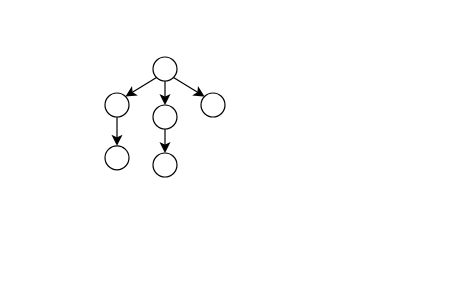
Earlier version of the draw.io diagram 对抗样本鲁棒性.drawio (sunray42/diagrams). Source tidied: cells renumbered, new cells numbered last; positions are measured from the earlier drawing's top-left corner, leaving out a move shared by most shapes. Both pictures are drawn from the tidied source at 120%, with x=0, y=0 at pixel (104, 56). Pictures stored in the file or linked from it are replaced by grey dashed boxes.
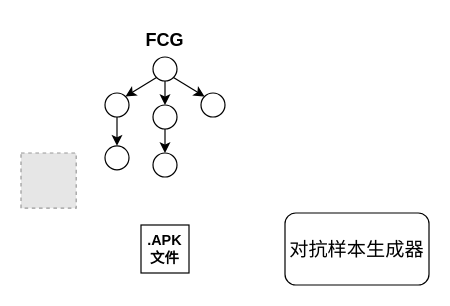
After the change.

Commit message (it also covers changes not shown here):
更新对抗样本鲁棒性.drawio

Change to the diagram source:
```diff
@@
 <mxGraphModel>
   <root>
     <mxCell id="0" />
     <mxCell id="1" parent="0" />
     <mxCell id="2" style="rounded=0;jettySize=auto;html=1;exitX=0;exitY=1;exitDx=0;exitDy=0;entryX=1;entryY=0;entryDx=0;entryDy=0;" parent="1" edge="1" source="5" target="7">
       <mxGeometry relative="1" as="geometry" />
     </mxCell>
     <mxCell id="3" style="edgeStyle=orthogonalEdgeStyle;rounded=0;jettySize=auto;html=1;exitX=0.5;exitY=1;exitDx=0;exitDy=0;entryX=0.5;entryY=0;entryDx=0;entryDy=0;" parent="1" edge="1" source="5" target="9">
       <mxGeometry relative="1" as="geometry" />
     </mxCell>
     <mxCell id="4" style="rounded=0;jettySize=auto;html=1;exitX=1;exitY=1;exitDx=0;exitDy=0;entryX=0;entryY=0;entryDx=0;entryDy=0;" parent="1" edge="1" source="5" target="10">
       <mxGeometry relative="1" as="geometry" />
     </mxCell>
     <mxCell id="5" style="ellipse;whiteSpace=wrap;html=1;" parent="1" vertex="1">
       <mxGeometry x="40" width="20" height="20" as="geometry" />
     </mxCell>
     <mxCell id="6" style="edgeStyle=orthogonalEdgeStyle;rounded=0;jettySize=auto;html=1;exitX=0.5;exitY=1;exitDx=0;exitDy=0;entryX=0.5;entryY=0;entryDx=0;entryDy=0;" parent="1" edge="1" source="7" target="11">
       <mxGeometry relative="1" as="geometry" />
     </mxCell>
     <mxCell id="7" style="ellipse;whiteSpace=wrap;html=1;" parent="1" vertex="1">
       <mxGeometry y="30" width="20" height="20" as="geometry" />
     </mxCell>
     <mxCell id="8" style="edgeStyle=orthogonalEdgeStyle;rounded=0;jettySize=auto;html=1;exitX=0.5;exitY=1;exitDx=0;exitDy=0;entryX=0.5;entryY=0;entryDx=0;entryDy=0;" parent="1" edge="1" source="9" target="12">
       <mxGeometry relative="1" as="geometry" />
     </mxCell>
     <mxCell id="9" style="ellipse;whiteSpace=wrap;html=1;" parent="1" vertex="1">
       <mxGeometry x="40" y="40" width="20" height="20" as="geometry" />
     </mxCell>
     <mxCell id="10" style="ellipse;whiteSpace=wrap;html=1;" parent="1" vertex="1">
       <mxGeometry x="80" y="30" width="20" height="20" as="geometry" />
     </mxCell>
     <mxCell id="11" style="ellipse;whiteSpace=wrap;html=1;" parent="1" vertex="1">
       <mxGeometry y="74" width="20" height="20" as="geometry" />
     </mxCell>
     <mxCell id="12" style="ellipse;whiteSpace=wrap;html=1;" parent="1" vertex="1">
       <mxGeometry x="40" y="80" width="20" height="20" as="geometry" />
     </mxCell>
+    <mxCell id="13" style="fillColor=#E6E6E6;strokeColor=#999999;dashed=1;verticalLabelPosition=bottom;verticalAlign=top;" parent="1" vertex="1">
+      <mxGeometry x="-70" y="80" width="46" height="46" as="geometry" />
+    </mxCell>
+    <mxCell id="14" value="&lt;b&gt;.APK文件&lt;/b&gt;" style="whiteSpace=wrap;html=1;" parent="1" vertex="1">
+      <mxGeometry x="30" y="140" width="40" height="40" as="geometry" />
+    </mxCell>
+    <mxCell id="15" value="&lt;b&gt;&lt;font style=&quot;font-size: 15px;&quot;&gt;FCG&lt;/font&gt;&lt;/b&gt;" style="text;html=1;strokeColor=none;fillColor=none;align=center;verticalAlign=middle;whiteSpace=wrap;rounded=0;" parent="1" vertex="1">
+      <mxGeometry x="20" y="-30" width="60" height="30" as="geometry" />
+    </mxCell>
+    <mxCell id="16" value="&lt;font style=&quot;font-size: 16px;&quot;&gt;对抗样本生成器&lt;/font&gt;" style="rounded=1;whiteSpace=wrap;html=1;" parent="1" vertex="1">
+      <mxGeometry x="150" y="130" width="120" height="60" as="geometry" />
+    </mxCell>
   </root>
 </mxGraphModel>
```
